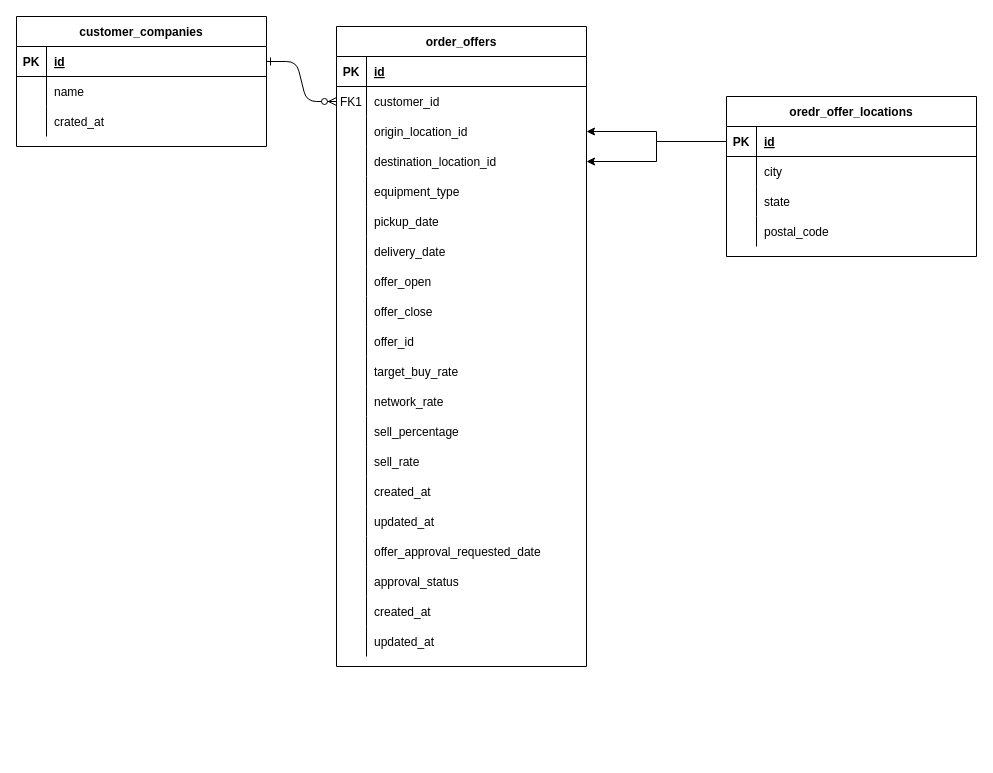
venkat0x1/ER-Diagrams keeps this draw.io diagram as office-imi-pgt-homedepot.drawio. Above is the earlier version. Source tidied: cells renumbered, new cells numbered last; positions are measured from the earlier drawing's top-left corner, leaving out a move shared by most shapes. Both pictures are drawn from the tidied source at 100%, with x=0, y=0 at pixel (16, 16).
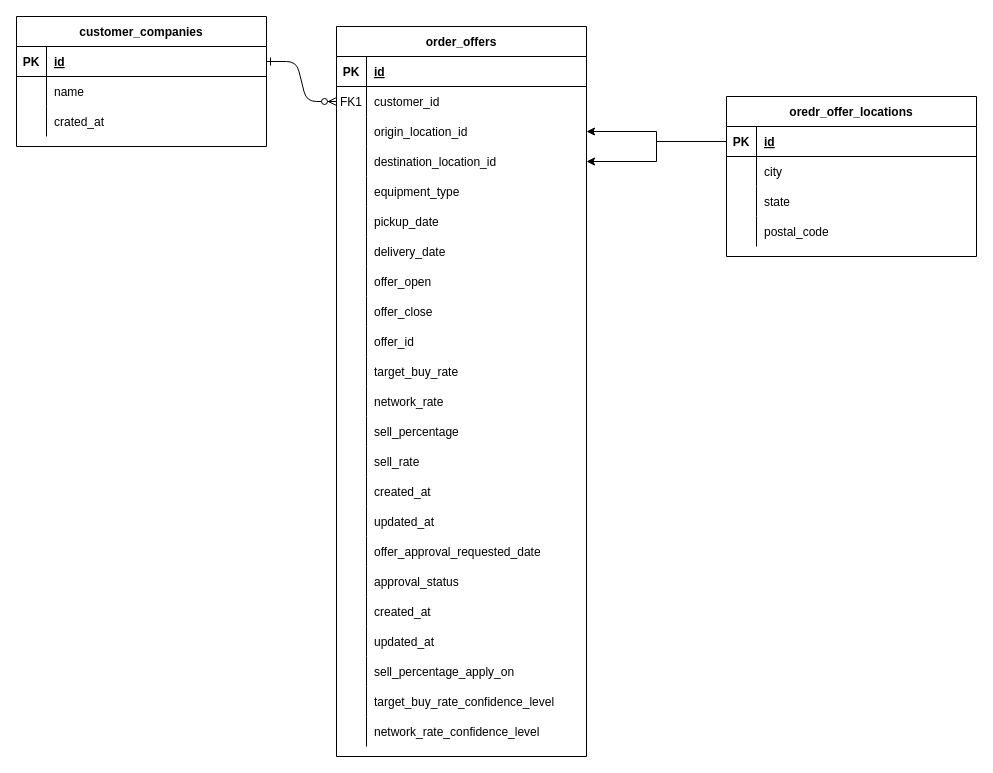
After the change.

The edit, as a diff of the source:
```diff
@@
     <mxCell id="3" value="order_offers" style="shape=table;startSize=30;childLayout=tableLayout;rowLines=0;fontStyle=1;align=center;" parent="1" vertex="1">
-      <mxGeometry x="320" y="10" width="250" height="640" as="geometry" />
+      <mxGeometry x="320" y="10" width="250" height="730" as="geometry" />
     </mxCell>
@@
+    <mxCell id="89" style="shape=partialRectangle;fillColor=none;top=0;left=0;right=0;bottom=0;" parent="3" vertex="1">
+      <mxGeometry y="630" width="250" height="30" as="geometry" />
+    </mxCell>
+    <mxCell id="90" style="shape=partialRectangle;overflow=hidden;fillColor=none;top=0;left=0;bottom=0;right=0;" parent="89" vertex="1">
+      <mxGeometry width="30" height="30" as="geometry" />
+    </mxCell>
+    <mxCell id="91" value="sell_percentage_apply_on" style="shape=partialRectangle;overflow=hidden;fillColor=none;top=0;left=0;bottom=0;right=0;align=left;spacingLeft=6;" parent="89" vertex="1">
+      <mxGeometry x="30" width="220" height="30" as="geometry" />
+    </mxCell>
+    <mxCell id="92" style="shape=partialRectangle;fillColor=none;top=0;left=0;right=0;bottom=0;" parent="3" vertex="1">
+      <mxGeometry y="660" width="250" height="30" as="geometry" />
+    </mxCell>
+    <mxCell id="93" style="shape=partialRectangle;overflow=hidden;fillColor=none;top=0;left=0;bottom=0;right=0;" parent="92" vertex="1">
+      <mxGeometry width="30" height="30" as="geometry" />
+    </mxCell>
+    <mxCell id="94" value="target_buy_rate_confidence_level" style="shape=partialRectangle;overflow=hidden;fillColor=none;top=0;left=0;bottom=0;right=0;align=left;spacingLeft=6;" parent="92" vertex="1">
+      <mxGeometry x="30" width="220" height="30" as="geometry" />
+    </mxCell>
+    <mxCell id="95" style="shape=partialRectangle;fillColor=none;top=0;left=0;right=0;bottom=0;" parent="3" vertex="1">
+      <mxGeometry y="690" width="250" height="30" as="geometry" />
+    </mxCell>
+    <mxCell id="96" style="shape=partialRectangle;overflow=hidden;fillColor=none;top=0;left=0;bottom=0;right=0;" parent="95" vertex="1">
+      <mxGeometry width="30" height="30" as="geometry" />
+    </mxCell>
+    <mxCell id="97" value="network_rate_confidence_level" style="shape=partialRectangle;overflow=hidden;fillColor=none;top=0;left=0;bottom=0;right=0;align=left;spacingLeft=6;" parent="95" vertex="1">
+      <mxGeometry x="30" width="220" height="30" as="geometry" />
+    </mxCell>
```
